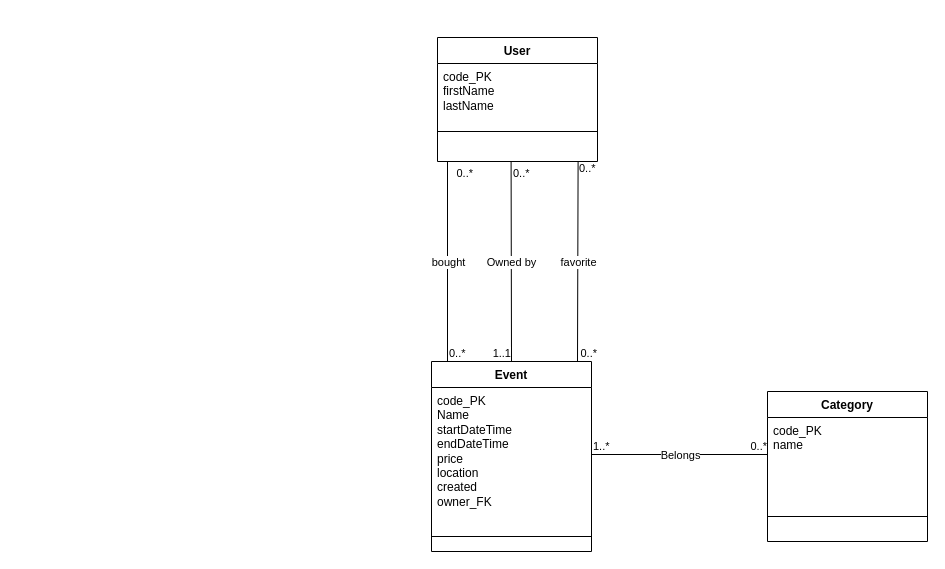
Finiferp/Events4u keeps this draw.io diagram as preparation/ideaOfDatabase.drawio. Above is the earlier version. Source tidied: cells renumbered, new cells numbered last; positions are measured from the earlier drawing's top-left corner, leaving out a move shared by most shapes. Both pictures are drawn from the tidied source at 100%, with x=0, y=0 at pixel (431, 37).
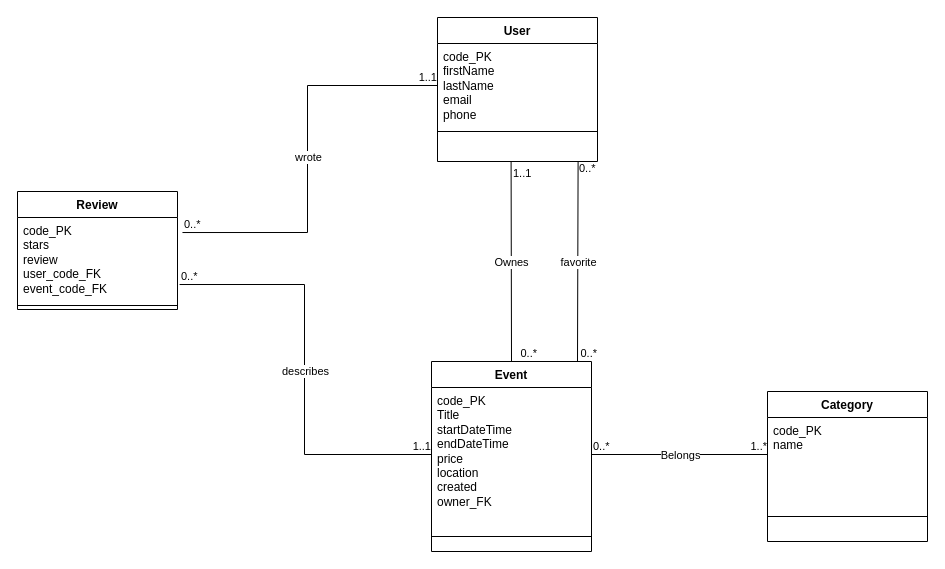
The same page after the edit.

The change refers to these unchanged cells:
```xml
<mxCell id="2" style="endArrow=none;html=1;rounded=0;endFill=0;entryX=0;entryY=0.5;entryDx=0;entryDy=0;exitX=1;exitY=0.5;exitDx=0;exitDy=0;" parent="1" edge="1" source="7" target="10">
  <mxGeometry relative="1" as="geometry" />
</mxCell>
<mxCell id="6" value="Event" style="swimlane;fontStyle=1;align=center;verticalAlign=top;horizontal=1;startSize=26;whiteSpace=wrap;html=1;" parent="1" vertex="1">
  <mxGeometry y="324" width="160" height="190" as="geometry" />
</mxCell>
<mxCell id="24" style="endArrow=none;html=1;rounded=0;endFill=0;exitX=0.46;exitY=1.008;exitDx=0;exitDy=0;exitPerimeter=0;entryX=0.5;entryY=0;entryDx=0;entryDy=0;" parent="1" edge="1" source="15" target="6">
  <mxGeometry relative="1" as="geometry" />
</mxCell>
```

Diff of the diagram source:
```diff
@@
-    <mxCell id="4" value="1..*" style="edgeLabel;html=1;align=left;verticalAlign=bottom;" parent="2" vertex="1">
+    <mxCell id="4" value="0..*" style="edgeLabel;html=1;align=left;verticalAlign=bottom;" parent="2" vertex="1">
       <mxGeometry x="-1" relative="1" as="geometry" />
     </mxCell>
-    <mxCell id="5" value="0..*" style="edgeLabel;html=1;align=right;verticalAlign=bottom;" parent="2" vertex="1">
+    <mxCell id="5" value="1..*" style="edgeLabel;html=1;align=right;verticalAlign=bottom;" parent="2" vertex="1">
       <mxGeometry x="1" relative="1" as="geometry" />
     </mxCell>
@@
-    <mxCell id="7" value="code_PK&lt;div&gt;Name&lt;/div&gt;&lt;div&gt;startDateTime&lt;/div&gt;&lt;div&gt;endDateTime&lt;/div&gt;&lt;div&gt;price&lt;/div&gt;&lt;div&gt;location&lt;/div&gt;&lt;div&gt;created&lt;/div&gt;&lt;div&gt;owner_FK&lt;/div&gt;" style="text;strokeColor=none;fillColor=none;align=left;verticalAlign=top;spacingLeft=4;spacingRight=4;overflow=hidden;points=[[0,0.5],[1,0.5]];portConstraint=eastwest;whiteSpace=wrap;html=1;" parent="6" vertex="1">
+    <mxCell id="7" value="code_PK&lt;div&gt;Title&lt;/div&gt;&lt;div&gt;startDateTime&lt;/div&gt;&lt;div&gt;endDateTime&lt;/div&gt;&lt;div&gt;price&lt;/div&gt;&lt;div&gt;location&lt;/div&gt;&lt;div&gt;created&lt;/div&gt;&lt;div&gt;owner_FK&lt;/div&gt;" style="text;strokeColor=none;fillColor=none;align=left;verticalAlign=top;spacingLeft=4;spacingRight=4;overflow=hidden;points=[[0,0.5],[1,0.5]];portConstraint=eastwest;whiteSpace=wrap;html=1;" parent="6" vertex="1">
       <mxGeometry y="26" width="160" height="134" as="geometry" />
     </mxCell>
@@
     <mxCell id="12" value="&lt;div&gt;User&lt;/div&gt;" style="swimlane;fontStyle=1;align=center;verticalAlign=top;horizontal=1;startSize=26;whiteSpace=wrap;html=1;" parent="1" vertex="1">
-      <mxGeometry x="6" width="160" height="124" as="geometry" />
+      <mxGeometry x="6" y="-20" width="160" height="144" as="geometry" />
     </mxCell>
-    <mxCell id="13" value="code_PK&lt;br&gt;firstName&lt;br&gt;lastName" style="text;strokeColor=none;fillColor=none;align=left;verticalAlign=top;spacingLeft=4;spacingRight=4;overflow=hidden;points=[[0,0.5],[1,0.5]];portConstraint=eastwest;whiteSpace=wrap;html=1;" parent="12" vertex="1">
-      <mxGeometry y="26" width="160" height="64" as="geometry" />
+    <mxCell id="13" value="code_PK&lt;br&gt;firstName&lt;br&gt;lastName&lt;br&gt;email&lt;br&gt;phone" style="text;strokeColor=none;fillColor=none;align=left;verticalAlign=top;spacingLeft=4;spacingRight=4;overflow=hidden;points=[[0,0.5],[1,0.5]];portConstraint=eastwest;whiteSpace=wrap;html=1;" parent="12" vertex="1">
+      <mxGeometry y="26" width="160" height="84" as="geometry" />
     </mxCell>
     <mxCell id="14" style="line;strokeWidth=1;fillColor=none;align=left;verticalAlign=middle;spacingTop=-1;spacingLeft=3;spacingRight=3;labelPosition=right;strokeColor=inherit;" parent="12" vertex="1">
-      <mxGeometry y="90" width="160" height="8" as="geometry" />
+      <mxGeometry y="110" width="160" height="8" as="geometry" />
     </mxCell>
     <mxCell id="15" value="&lt;div&gt;&lt;br/&gt;&lt;/div&gt;" style="text;strokeColor=none;fillColor=none;align=left;verticalAlign=top;spacingLeft=4;spacingRight=4;overflow=hidden;points=[[0,0.5],[1,0.5]];portConstraint=eastwest;whiteSpace=wrap;html=1;" parent="12" vertex="1">
-      <mxGeometry y="98" width="160" height="26" as="geometry" />
+      <mxGeometry y="118" width="160" height="26" as="geometry" />
     </mxCell>
@@
-    <mxCell id="20" style="endArrow=none;html=1;rounded=0;endFill=0;exitX=0.5;exitY=0;exitDx=0;exitDy=0;" parent="1" edge="1">
-      <mxGeometry relative="1" as="geometry">
-        <mxPoint x="16" y="324" as="sourcePoint" />
-        <mxPoint x="16" y="124" as="targetPoint" />
-      </mxGeometry>
-    </mxCell>
-    <mxCell id="21" value="bought" style="edgeLabel;html=1;align=center;verticalAlign=middle;" parent="20" vertex="1">
-      <mxGeometry relative="1" as="geometry" />
-    </mxCell>
-    <mxCell id="22" value="0..*" style="edgeLabel;html=1;align=left;verticalAlign=bottom;" parent="20" vertex="1">
-      <mxGeometry x="-1" relative="1" as="geometry" />
-    </mxCell>
-    <mxCell id="23" value="0..*" style="edgeLabel;html=1;align=right;verticalAlign=bottom;" parent="20" vertex="1">
-      <mxGeometry x="1" relative="1" as="geometry">
-        <mxPoint x="26" y="20" as="offset" />
-      </mxGeometry>
-    </mxCell>
@@
-    <mxCell id="25" value="Owned by" style="edgeLabel;html=1;align=center;verticalAlign=middle;" parent="24" vertex="1">
+    <mxCell id="25" value="Ownes" style="edgeLabel;html=1;align=center;verticalAlign=middle;" parent="24" vertex="1">
       <mxGeometry relative="1" as="geometry" />
     </mxCell>
-    <mxCell id="26" value="0..*" style="edgeLabel;html=1;align=left;verticalAlign=bottom;" parent="24" vertex="1">
+    <mxCell id="26" value="1..1" style="edgeLabel;html=1;align=left;verticalAlign=bottom;" parent="24" vertex="1">
       <mxGeometry x="-1" relative="1" as="geometry">
         <mxPoint y="20" as="offset" />
       </mxGeometry>
     </mxCell>
-    <mxCell id="27" value="1..1" style="edgeLabel;html=1;align=right;verticalAlign=bottom;" parent="24" vertex="1">
-      <mxGeometry x="1" relative="1" as="geometry" />
+    <mxCell id="27" value="0..*" style="edgeLabel;html=1;align=right;verticalAlign=bottom;" parent="24" vertex="1">
+      <mxGeometry x="1" relative="1" as="geometry">
+        <mxPoint x="26" as="offset" />
+      </mxGeometry>
     </mxCell>
+    <mxCell id="28" value="Review" style="swimlane;fontStyle=1;align=center;verticalAlign=top;horizontal=1;startSize=26;whiteSpace=wrap;html=1;" parent="1" vertex="1">
+      <mxGeometry x="-414" y="154" width="160" height="118" as="geometry" />
+    </mxCell>
+    <mxCell id="29" value="code_PK&lt;br&gt;stars&lt;br&gt;review&lt;br&gt;user_code_FK&lt;br&gt;event_code_FK" style="text;strokeColor=none;fillColor=none;align=left;verticalAlign=top;spacingLeft=4;spacingRight=4;overflow=hidden;points=[[0,0.5],[1,0.5]];portConstraint=eastwest;whiteSpace=wrap;html=1;" parent="28" vertex="1">
+      <mxGeometry y="26" width="160" height="84" as="geometry" />
+    </mxCell>
+    <mxCell id="30" style="line;strokeWidth=1;fillColor=none;align=left;verticalAlign=middle;spacingTop=-1;spacingLeft=3;spacingRight=3;labelPosition=right;strokeColor=inherit;" parent="28" vertex="1">
+      <mxGeometry y="110" width="160" height="8" as="geometry" />
+    </mxCell>
+    <mxCell id="31" style="endArrow=none;html=1;rounded=0;exitX=1.031;exitY=0.179;exitDx=0;exitDy=0;entryX=0;entryY=0.5;entryDx=0;entryDy=0;endFill=0;edgeStyle=orthogonalEdgeStyle;exitPerimeter=0;" parent="1" edge="1" source="29" target="13">
+      <mxGeometry relative="1" as="geometry" />
+    </mxCell>
+    <mxCell id="32" value="wrote" style="edgeLabel;html=1;align=center;verticalAlign=middle;" parent="31" vertex="1">
+      <mxGeometry relative="1" as="geometry" />
+    </mxCell>
+    <mxCell id="33" value="0..*" style="edgeLabel;html=1;align=left;verticalAlign=bottom;" parent="31" vertex="1">
+      <mxGeometry x="-1" relative="1" as="geometry" />
+    </mxCell>
+    <mxCell id="34" value="1..1" style="edgeLabel;html=1;align=right;verticalAlign=bottom;" parent="31" vertex="1">
+      <mxGeometry x="1" relative="1" as="geometry" />
+    </mxCell>
+    <mxCell id="35" style="endArrow=none;html=1;rounded=0;exitX=1.013;exitY=0.798;exitDx=0;exitDy=0;exitPerimeter=0;entryX=0;entryY=0.5;entryDx=0;entryDy=0;endFill=0;edgeStyle=orthogonalEdgeStyle;" parent="1" edge="1" source="29" target="7">
+      <mxGeometry relative="1" as="geometry" />
+    </mxCell>
+    <mxCell id="36" value="describes" style="edgeLabel;html=1;align=center;verticalAlign=middle;" parent="35" vertex="1">
+      <mxGeometry relative="1" as="geometry" />
+    </mxCell>
+    <mxCell id="37" value="0..*" style="edgeLabel;html=1;align=left;verticalAlign=bottom;" parent="35" vertex="1">
+      <mxGeometry x="-1" relative="1" as="geometry" />
+    </mxCell>
+    <mxCell id="38" value="1..1" style="edgeLabel;html=1;align=right;verticalAlign=bottom;" parent="35" vertex="1">
+      <mxGeometry x="1" relative="1" as="geometry" />
+    </mxCell>
```
